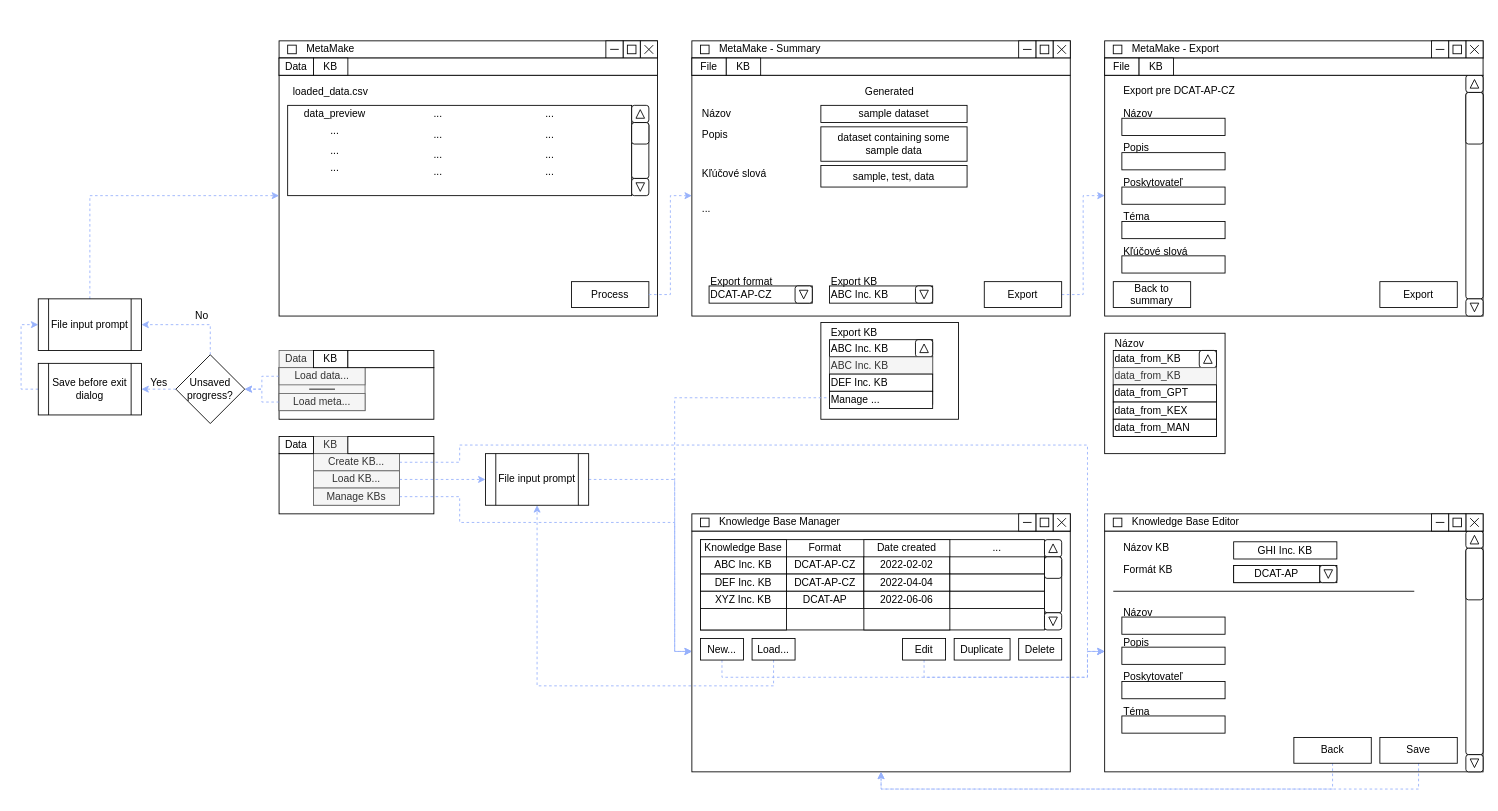
SaNuelson/MetaMake keeps this draw.io diagram as page "UI Sketch" (2 of 3) of MetaMake.drawio. Above is the earlier version. Source tidied: cells renumbered, new cells numbered last; positions are measured from the earlier drawing's top-left corner, leaving out a move shared by most shapes. Both pictures are drawn from the tidied source at 86%, with x=0, y=0 at pixel (38, 15).
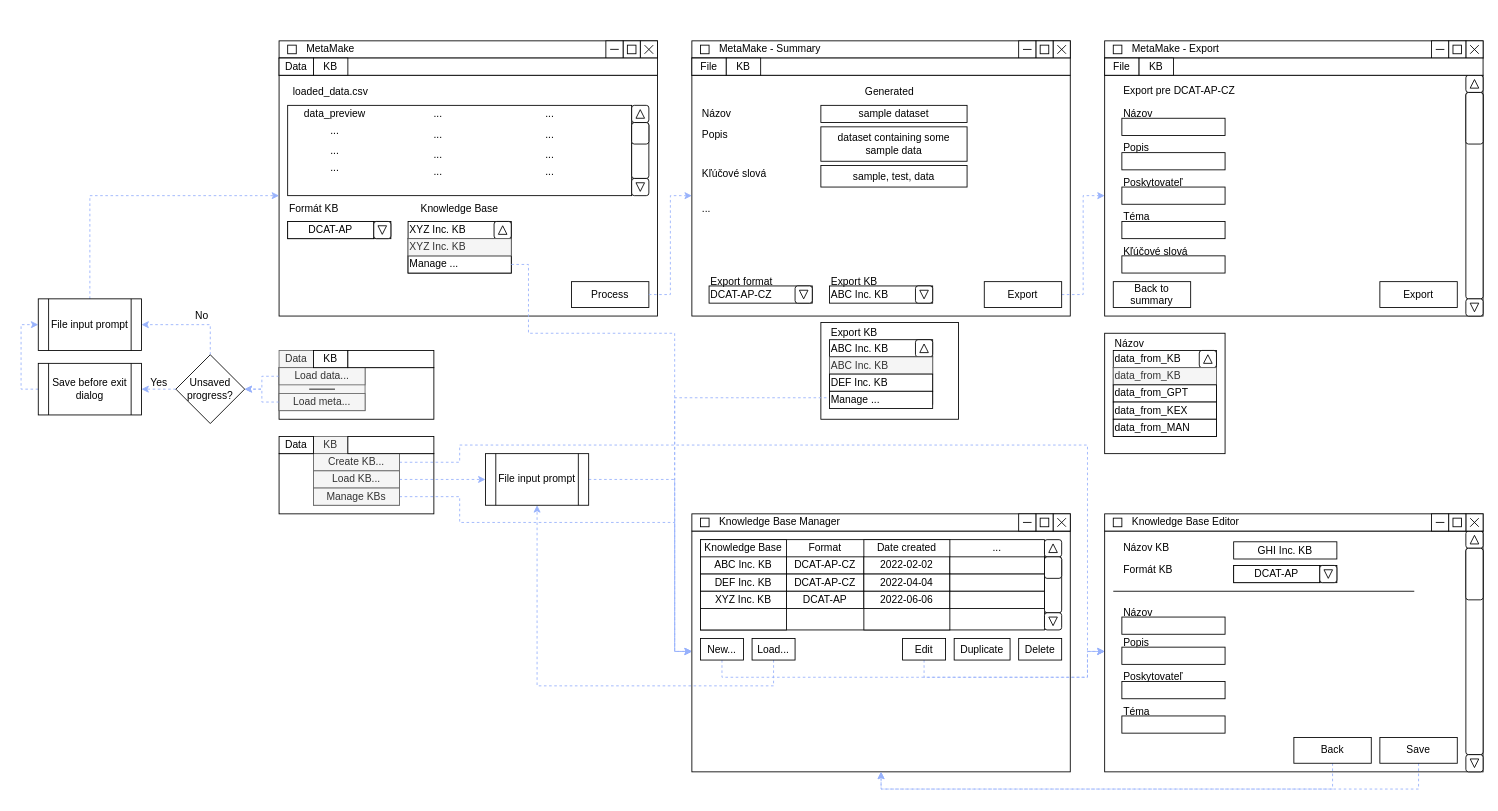
After the change.

Unchanged cells that the change refers to:
```xml
<mxCell id="24" style="group;" parent="1" vertex="1">
  <mxGeometry x="280" width="440" height="350" as="geometry" />
</mxCell>
<mxCell id="132" style="rounded=0;whiteSpace=wrap;html=1;fillColor=default;fontStyle=0;" parent="1" vertex="1">
  <mxGeometry x="760" y="600" width="440" height="280" as="geometry" />
</mxCell>
```

Diff of the diagram source:
```diff
@@
+    <mxCell id="237" value="Formát KB" style="text;html=1;strokeColor=none;fillColor=none;align=left;verticalAlign=middle;whiteSpace=wrap;rounded=0;" parent="24" vertex="1">
+      <mxGeometry x="10" y="210" width="120" height="30" as="geometry" />
+    </mxCell>
+    <mxCell id="238" style="rounded=0;whiteSpace=wrap;html=1;" parent="24" vertex="1">
+      <mxGeometry x="10" y="240" width="120" height="20" as="geometry" />
+    </mxCell>
+    <mxCell id="239" style="rounded=1;whiteSpace=wrap;html=1;" parent="24" vertex="1">
+      <mxGeometry x="110" y="240" width="20" height="20" as="geometry" />
+    </mxCell>
+    <mxCell id="240" style="triangle;whiteSpace=wrap;html=1;rotation=90;" parent="24" vertex="1">
+      <mxGeometry x="115" y="245" width="10" height="10" as="geometry" />
+    </mxCell>
+    <mxCell id="241" value="DCAT-AP" style="rounded=0;whiteSpace=wrap;html=1;" parent="24" vertex="1">
+      <mxGeometry x="10" y="240" width="100" height="20" as="geometry" />
+    </mxCell>
+    <mxCell id="242" value="Knowledge Base" style="text;html=1;strokeColor=none;fillColor=none;align=center;verticalAlign=middle;whiteSpace=wrap;rounded=0;" parent="24" vertex="1">
+      <mxGeometry x="150" y="210" width="120" height="30" as="geometry" />
+    </mxCell>
+    <mxCell id="243" value="XYZ Inc. KB" style="rounded=0;whiteSpace=wrap;html=1;align=left;" parent="24" vertex="1">
+      <mxGeometry x="150" y="240" width="120" height="20" as="geometry" />
+    </mxCell>
+    <mxCell id="244" style="rounded=1;whiteSpace=wrap;html=1;" parent="24" vertex="1">
+      <mxGeometry x="250" y="240" width="20" height="20" as="geometry" />
+    </mxCell>
+    <mxCell id="245" style="triangle;whiteSpace=wrap;html=1;rotation=-90;" parent="24" vertex="1">
+      <mxGeometry x="255" y="245" width="10" height="10" as="geometry" />
+    </mxCell>
+    <mxCell id="246" style="rounded=0;whiteSpace=wrap;html=1;" parent="24" vertex="1">
+      <mxGeometry x="150" y="260" width="120" height="40" as="geometry" />
+    </mxCell>
+    <mxCell id="247" value="Manage ..." style="rounded=0;whiteSpace=wrap;html=1;align=left;" parent="24" vertex="1">
+      <mxGeometry x="150" y="280" width="120" height="20" as="geometry" />
+    </mxCell>
+    <mxCell id="248" value="XYZ Inc. KB" style="rounded=0;whiteSpace=wrap;html=1;align=left;fillColor=#f5f5f5;fontColor=#333333;strokeColor=#666666;" parent="24" vertex="1">
+      <mxGeometry x="150" y="260" width="120" height="20" as="geometry" />
+    </mxCell>
@@
+    <mxCell id="249" style="edgeStyle=orthogonalEdgeStyle;rounded=0;jettySize=auto;html=1;exitX=1;exitY=0.5;exitDx=0;exitDy=0;entryX=0;entryY=0.5;entryDx=0;entryDy=0;dashed=1;strokeColor=#98B2FC;fillColor=#dae8fc;gradientColor=#7ea6e0;" parent="1" edge="1" source="247" target="132">
+      <mxGeometry relative="1" as="geometry">
+        <Array as="points">
+          <mxPoint x="570" y="290" />
+          <mxPoint x="570" y="370" />
+          <mxPoint x="740" y="370" />
+          <mxPoint x="740" y="740" />
+        </Array>
+      </mxGeometry>
+    </mxCell>
```
